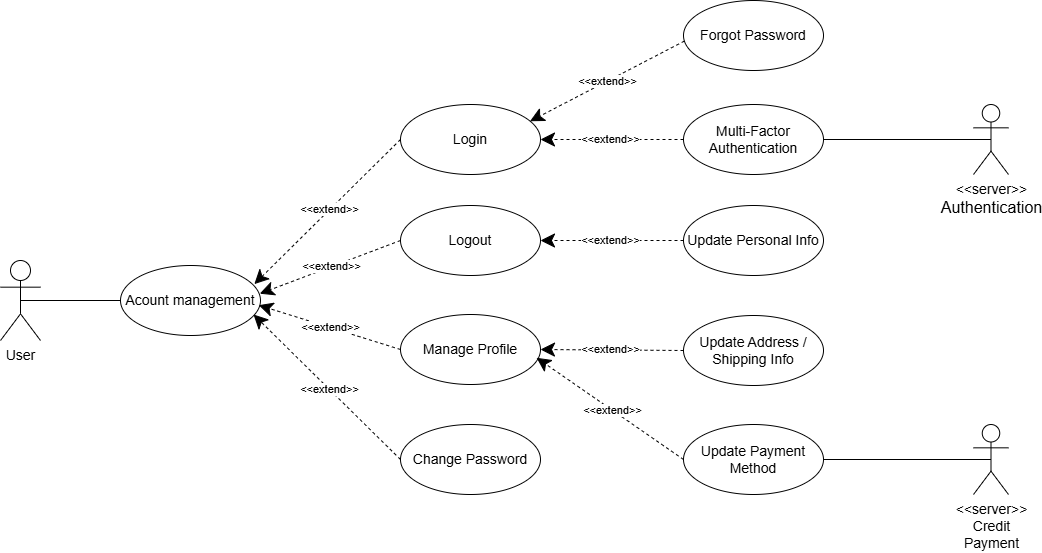
This is docs/usecases/detailed/account_management.drawio.png from Thu-sunrise/cloud_computing, a draw.io export, as it was before one commit. Source tidied: cells renumbered, new cells last; positions are measured from the earlier drawing's top-left corner, leaving out a move shared by most shapes.
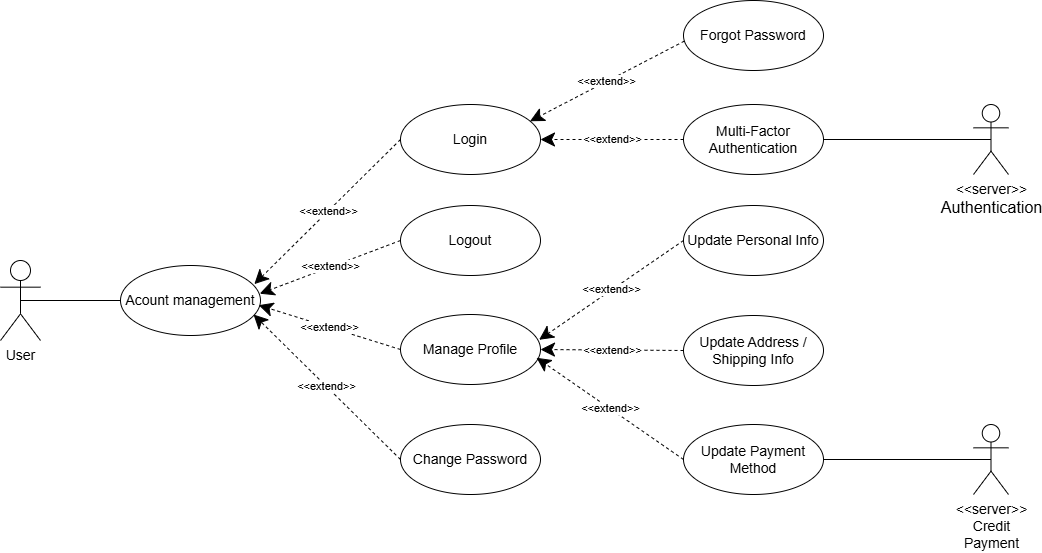
Later version of the same file.

Commit message:
upadate account_management use case

Diff of the diagram source:
```diff
@@ -50,7 +50,7 @@
     <mxCell id="17" value="&lt;font style=&quot;font-size: 14px;&quot;&gt;Acount management&lt;/font&gt;" style="ellipse;whiteSpace=wrap;html=1;" parent="1" vertex="1">
       <mxGeometry x="120" y="265" width="140" height="70" as="geometry" />
     </mxCell>
-    <mxCell id="18" value="&amp;lt;&amp;lt;extend&amp;gt;&amp;gt;" style="endArrow=classic;endSize=12;dashed=1;html=1;rounded=0;exitX=0;exitY=0.5;exitDx=0;exitDy=0;entryX=1;entryY=0.5;entryDx=0;entryDy=0;endFill=1;" parent="1" edge="1" source="5" target="3">
+    <mxCell id="18" value="&amp;lt;&amp;lt;extend&amp;gt;&amp;gt;" style="endArrow=classic;endSize=12;dashed=1;html=1;rounded=0;exitX=0;exitY=0.5;exitDx=0;exitDy=0;entryX=0.99;entryY=0.361;entryDx=0;entryDy=0;endFill=1;entryPerimeter=0;" parent="1" edge="1" source="5" target="4">
       <mxGeometry relative="1" as="geometry" />
     </mxCell>
     <mxCell id="19" value="&amp;lt;&amp;lt;extend&amp;gt;&amp;gt;" style="endArrow=classic;endSize=12;dashed=1;html=1;rounded=0;exitX=0;exitY=0.5;exitDx=0;exitDy=0;entryX=1;entryY=0.5;entryDx=0;entryDy=0;endFill=1;" parent="1" edge="1" source="6" target="4">
```
